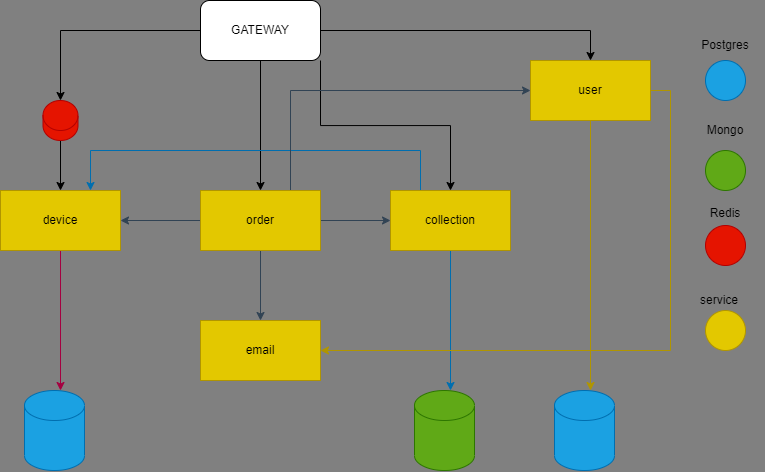
Before: docs/schema.png, a diagram exported from draw.io (alserov/device-shop). Source tidied: cells renumbered, new cells last; positions are measured from the earlier drawing's top-left corner, leaving out a move shared by most shapes.
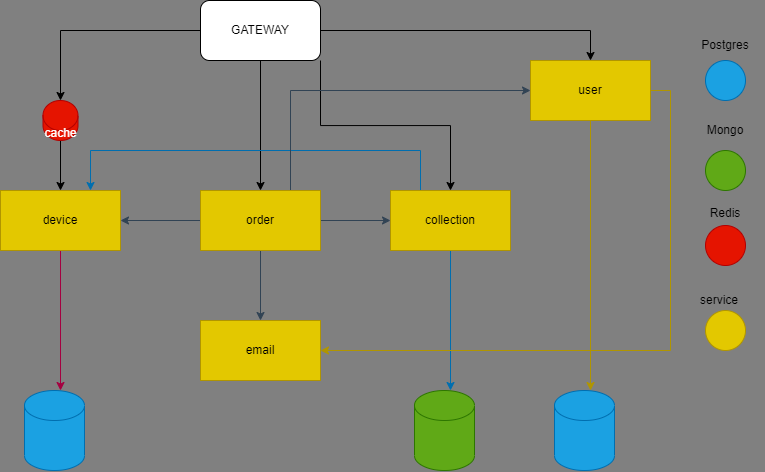
After the change.

The edit, as a diff of the source:
```diff
@@ -67,7 +67,7 @@
     <mxCell id="19" style="edgeStyle=orthogonalEdgeStyle;rounded=0;jettySize=auto;html=1;exitX=0.5;exitY=1;exitDx=0;exitDy=0;exitPerimeter=0;entryX=0.5;entryY=0;entryDx=0;entryDy=0;" parent="1" edge="1" source="20" target="8">
       <mxGeometry relative="1" as="geometry" />
     </mxCell>
-    <mxCell id="20" style="shape=cylinder3;whiteSpace=wrap;html=1;boundedLbl=1;backgroundOutline=1;size=15;labelBackgroundColor=none;fillColor=#e51400;fontColor=#ffffff;strokeColor=#B20000;" parent="1" vertex="1">
+    <mxCell id="20" value="cache" style="shape=cylinder3;whiteSpace=wrap;html=1;boundedLbl=1;backgroundOutline=1;size=15;labelBackgroundColor=none;fillColor=#e51400;fontColor=#ffffff;strokeColor=#B20000;" parent="1" vertex="1">
       <mxGeometry x="42.5" y="100" width="35" height="40" as="geometry" />
     </mxCell>
     <mxCell id="21" style="edgeStyle=orthogonalEdgeStyle;rounded=0;jettySize=auto;html=1;exitX=1;exitY=0.5;exitDx=0;exitDy=0;entryX=0;entryY=0.5;entryDx=0;entryDy=0;fillColor=#647687;strokeColor=#314354;" parent="1" edge="1" source="25" target="13">
```
